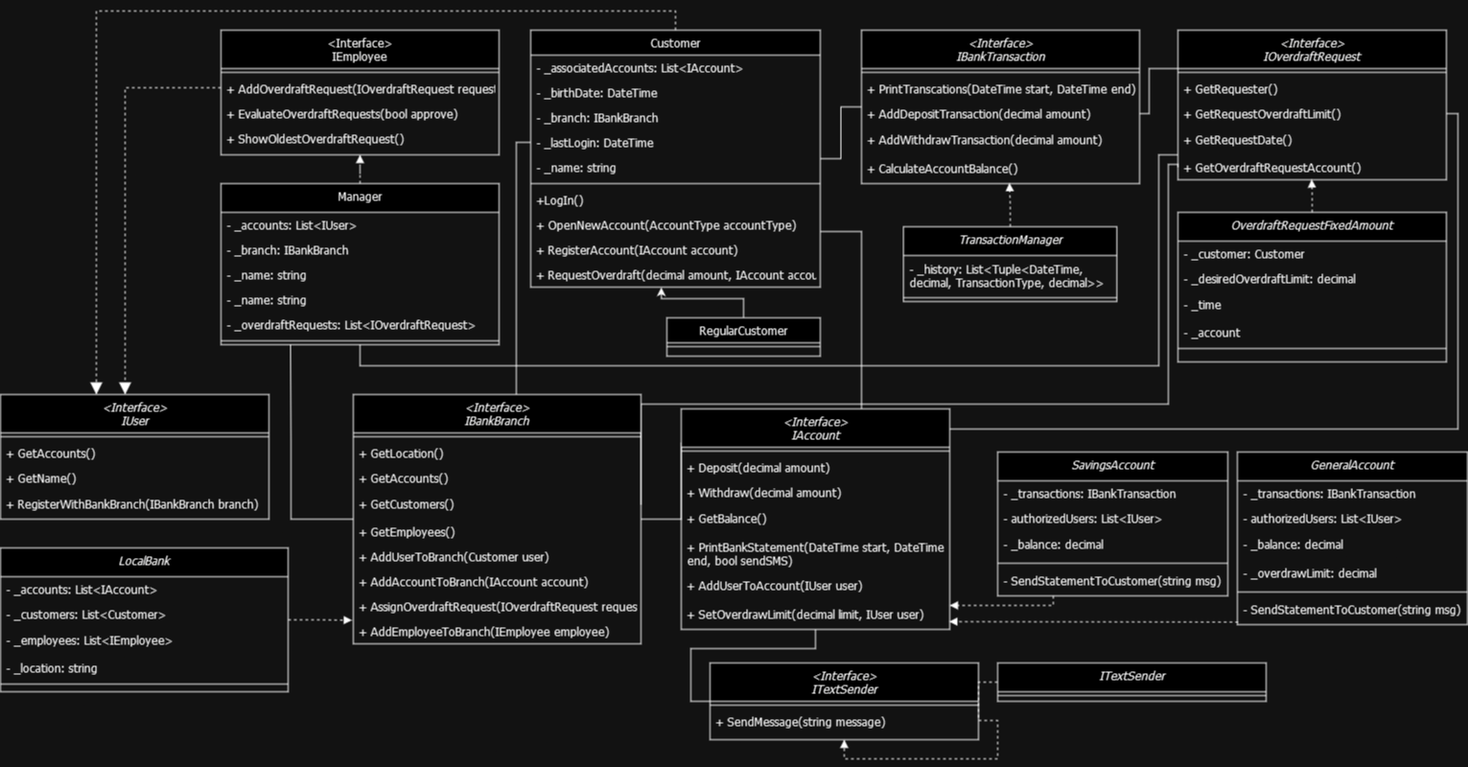
boolean-uk/csharp-tdd-oop-bank-challenge keeps this draw.io diagram as Boolean.CSharp.Main/Documentation/BankChallenge_ClassDiagram.drawio.png. Above is the earlier version. Source tidied: cells renumbered, new cells last; positions are measured from the earlier drawing's top-left corner, leaving out a move shared by most shapes.
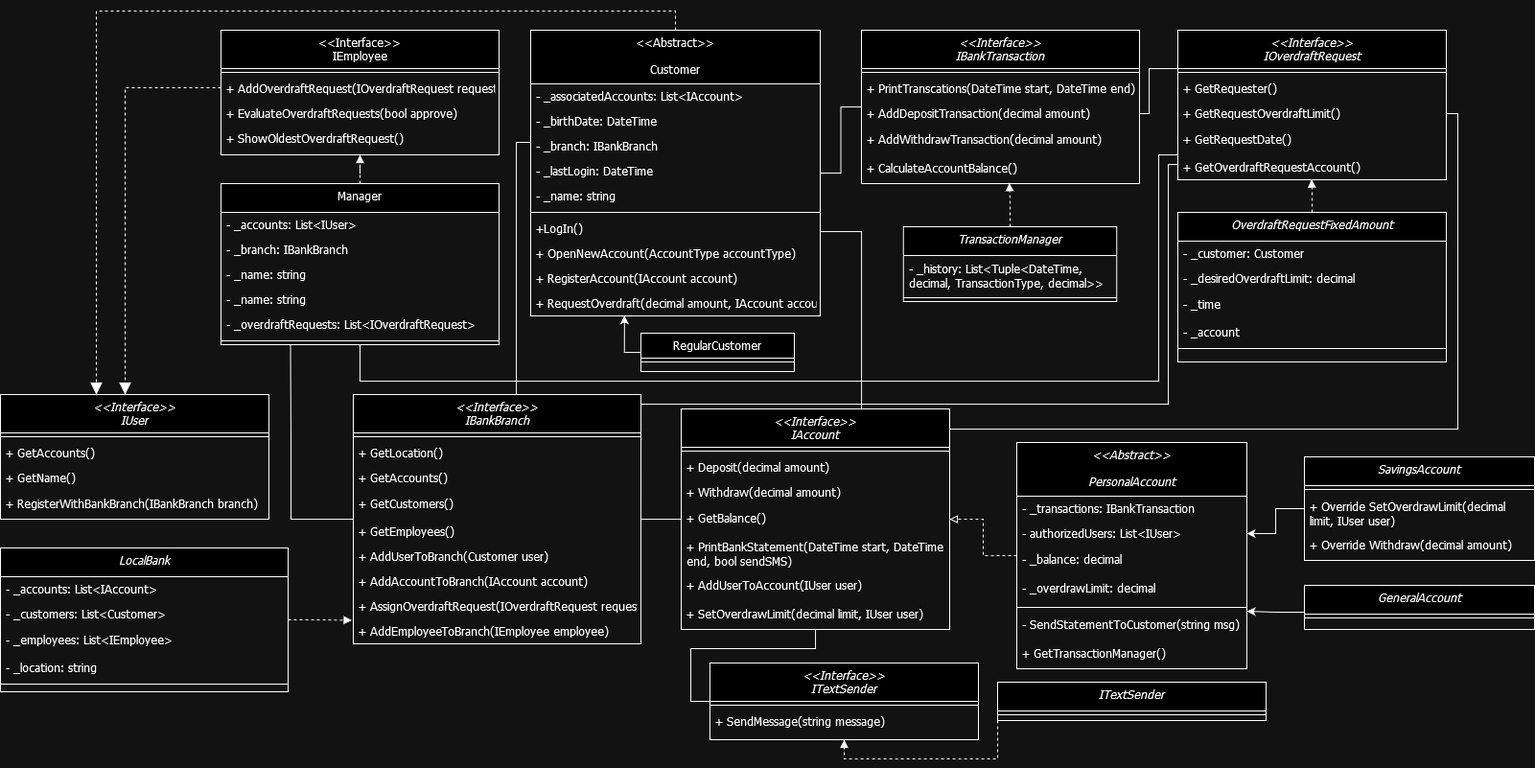
Later version of the same file.

Commit message:
Minor rework. New abstract PersonalAccount class, prevent duplicate methods in GeneralAccount/SavingsAccount

The edit, as a diff of the source:
```diff
@@ -4,3 +4,3 @@
     <mxCell id="1" parent="0" />
-    <mxCell id="2" value="&lt;Interface&gt;&#10;IUser" style="swimlane;fontStyle=2;align=center;verticalAlign=top;horizontal=1;startSize=40;rounded=0;shadow=0;strokeWidth=1;fontFamily=Tahoma;" parent="1" vertex="1">
+    <mxCell id="2" value="&lt;&lt;Interface&gt;&gt;&#10;IUser" style="swimlane;fontStyle=2;align=center;verticalAlign=top;horizontal=1;startSize=40;rounded=0;shadow=0;strokeWidth=1;fontFamily=Tahoma;" parent="1" vertex="1">
       <mxGeometry y="400" width="280" height="130" as="geometry" />
@@ -19,3 +19,3 @@
     </mxCell>
-    <mxCell id="7" value="&lt;Interface&gt;&#10;IEmployee&#10;" style="swimlane;fontStyle=0;align=center;verticalAlign=top;horizontal=1;startSize=40;rounded=0;shadow=0;strokeWidth=1;fontFamily=Tahoma;" parent="1" vertex="1">
+    <mxCell id="7" value="&lt;&lt;Interface&gt;&gt;&#10;IEmployee&#10;" style="swimlane;fontStyle=0;align=center;verticalAlign=top;horizontal=1;startSize=40;rounded=0;shadow=0;strokeWidth=1;fontFamily=Tahoma;" parent="1" vertex="1">
       <mxGeometry x="230" y="20" width="290" height="130" as="geometry" />
@@ -52,34 +52,34 @@
     </mxCell>
-    <mxCell id="15" value="Customer" style="swimlane;fontStyle=0;align=center;verticalAlign=top;horizontal=1;startSize=26;rounded=0;shadow=0;strokeWidth=1;fontFamily=Tahoma;" parent="1" vertex="1">
-      <mxGeometry x="553" y="20" width="302" height="268" as="geometry" />
+    <mxCell id="15" value="&lt;&lt;Abstract&gt;&gt;&#10;&#10;Customer" style="swimlane;fontStyle=0;align=center;verticalAlign=top;horizontal=1;startSize=56;rounded=0;shadow=0;strokeWidth=1;fontFamily=Tahoma;" parent="1" vertex="1">
+      <mxGeometry x="553" y="20" width="302" height="298" as="geometry" />
     </mxCell>
     <mxCell id="16" value="- _associatedAccounts: List&lt;IAccount&gt;" style="text;align=left;verticalAlign=top;spacingLeft=4;spacingRight=4;overflow=hidden;fontFamily=Tahoma;" parent="15" vertex="1">
-      <mxGeometry y="26" width="302" height="26" as="geometry" />
+      <mxGeometry y="56" width="302" height="26" as="geometry" />
     </mxCell>
     <mxCell id="17" value="- _birthDate: DateTime" style="text;align=left;verticalAlign=top;spacingLeft=4;spacingRight=4;overflow=hidden;fontFamily=Tahoma;" parent="15" vertex="1">
-      <mxGeometry y="52" width="302" height="26" as="geometry" />
+      <mxGeometry y="82" width="302" height="26" as="geometry" />
     </mxCell>
     <mxCell id="18" value="- _branch: IBankBranch" style="text;align=left;verticalAlign=top;spacingLeft=4;spacingRight=4;overflow=hidden;fontFamily=Tahoma;" parent="15" vertex="1">
-      <mxGeometry y="78" width="302" height="26" as="geometry" />
+      <mxGeometry y="108" width="302" height="26" as="geometry" />
     </mxCell>
     <mxCell id="19" value="- _lastLogin: DateTime" style="text;align=left;verticalAlign=top;spacingLeft=4;spacingRight=4;overflow=hidden;points=[[0,0.5],[1,0.5]];portConstraint=eastwest;fontFamily=Tahoma;" parent="15" vertex="1">
-      <mxGeometry y="104" width="302" height="26" as="geometry" />
+      <mxGeometry y="134" width="302" height="26" as="geometry" />
     </mxCell>
     <mxCell id="20" value="- _name: string" style="text;align=left;verticalAlign=top;spacingLeft=4;spacingRight=4;overflow=hidden;fontFamily=Tahoma;" parent="15" vertex="1">
-      <mxGeometry y="130" width="302" height="26" as="geometry" />
+      <mxGeometry y="160" width="302" height="26" as="geometry" />
     </mxCell>
     <mxCell id="21" style="line;html=1;strokeWidth=1;align=left;verticalAlign=middle;spacingTop=-1;spacingLeft=3;spacingRight=3;labelPosition=right;fontFamily=Tahoma;" parent="15" vertex="1">
-      <mxGeometry y="156" width="302" height="8" as="geometry" />
+      <mxGeometry y="186" width="302" height="8" as="geometry" />
     </mxCell>
     <mxCell id="22" value="+LogIn()" style="text;align=left;verticalAlign=top;spacingLeft=4;spacingRight=4;overflow=hidden;fontFamily=Tahoma;" parent="15" vertex="1">
-      <mxGeometry y="164" width="302" height="26" as="geometry" />
+      <mxGeometry y="194" width="302" height="26" as="geometry" />
     </mxCell>
     <mxCell id="23" value="+ OpenNewAccount(AccountType accountType)" style="text;align=left;verticalAlign=top;spacingLeft=4;spacingRight=4;overflow=hidden;fontFamily=Tahoma;" parent="15" vertex="1">
-      <mxGeometry y="190" width="302" height="26" as="geometry" />
+      <mxGeometry y="220" width="302" height="26" as="geometry" />
     </mxCell>
     <mxCell id="24" value="+ RegisterAccount(IAccount account)" style="text;align=left;verticalAlign=top;spacingLeft=4;spacingRight=4;overflow=hidden;fontFamily=Tahoma;" parent="15" vertex="1">
-      <mxGeometry y="216" width="302" height="26" as="geometry" />
+      <mxGeometry y="246" width="302" height="26" as="geometry" />
     </mxCell>
     <mxCell id="25" value="+ RequestOverdraft(decimal amount, IAccount account)" style="text;align=left;verticalAlign=top;spacingLeft=4;spacingRight=4;overflow=hidden;points=[[0,0.5],[1,0.5]];portConstraint=eastwest;fontFamily=Tahoma;" parent="15" vertex="1">
-      <mxGeometry y="242" width="302" height="26" as="geometry" />
+      <mxGeometry y="272" width="302" height="26" as="geometry" />
     </mxCell>
@@ -117,3 +117,3 @@
     <mxCell id="35" value="RegularCustomer" style="swimlane;fontStyle=0;align=center;verticalAlign=top;horizontal=1;startSize=26;rounded=0;shadow=0;strokeWidth=1;fontFamily=Tahoma;" parent="1" vertex="1">
-      <mxGeometry x="695" y="320" width="160" height="40" as="geometry" />
+      <mxGeometry x="668" y="336" width="160" height="40" as="geometry" />
     </mxCell>
@@ -122,6 +122,3 @@
     </mxCell>
-    <mxCell id="37" style="edgeStyle=orthogonalEdgeStyle;rounded=0;jettySize=auto;html=1;entryX=0.451;entryY=1.013;entryDx=0;entryDy=0;entryPerimeter=0;" parent="1" edge="1" source="35" target="25">
-      <mxGeometry relative="1" as="geometry" />
-    </mxCell>
-    <mxCell id="38" value="&lt;Interface&gt;&#10;IBankTransaction" style="swimlane;fontStyle=2;align=center;verticalAlign=top;horizontal=1;startSize=40;rounded=0;shadow=0;strokeWidth=1;fontFamily=Tahoma;" parent="1" vertex="1">
+    <mxCell id="38" value="&lt;&lt;Interface&gt;&gt;&#10;IBankTransaction" style="swimlane;fontStyle=2;align=center;verticalAlign=top;horizontal=1;startSize=40;rounded=0;shadow=0;strokeWidth=1;fontFamily=Tahoma;" parent="1" vertex="1">
       <mxGeometry x="898" y="20" width="290" height="160" as="geometry" />
@@ -177,4 +174,4 @@
           <mxPoint x="1208" y="150" />
-          <mxPoint x="1208" y="370" />
-          <mxPoint x="375" y="370" />
+          <mxPoint x="1208" y="386" />
+          <mxPoint x="375" y="386" />
         </Array>
@@ -182,3 +179,3 @@
     </mxCell>
-    <mxCell id="51" value="&lt;Interface&gt;&#10;IOverdraftRequest" style="swimlane;fontStyle=2;align=center;verticalAlign=top;horizontal=1;startSize=40;rounded=0;shadow=0;strokeWidth=1;fontFamily=Tahoma;" parent="1" vertex="1">
+    <mxCell id="51" value="&lt;&lt;Interface&gt;&gt;&#10;IOverdraftRequest" style="swimlane;fontStyle=2;align=center;verticalAlign=top;horizontal=1;startSize=40;rounded=0;shadow=0;strokeWidth=1;fontFamily=Tahoma;" parent="1" vertex="1">
       <mxGeometry x="1228" y="20" width="280" height="156" as="geometry" />
@@ -221,3 +218,3 @@
     </mxCell>
-    <mxCell id="64" value="&lt;Interface&gt;&#10;ITextSender&#10;" style="swimlane;fontStyle=2;align=center;verticalAlign=top;horizontal=1;startSize=40;rounded=0;shadow=0;strokeWidth=1;fontFamily=Tahoma;" parent="1" vertex="1">
+    <mxCell id="64" value="&lt;&lt;Interface&gt;&gt;&#10;ITextSender&#10;" style="swimlane;fontStyle=2;align=center;verticalAlign=top;horizontal=1;startSize=40;rounded=0;shadow=0;strokeWidth=1;fontFamily=Tahoma;" parent="1" vertex="1">
       <mxGeometry x="740" y="680" width="280" height="80" as="geometry" />
@@ -231,6 +228,11 @@
     <mxCell id="67" style="edgeStyle=orthogonalEdgeStyle;rounded=0;jettySize=auto;html=1;entryX=0.5;entryY=1;entryDx=0;entryDy=0;endArrow=block;endFill=1;dashed=1;" parent="1" edge="1" source="68" target="64">
-      <mxGeometry relative="1" as="geometry" />
+      <mxGeometry relative="1" as="geometry">
+        <Array as="points">
+          <mxPoint x="1040" y="780" />
+          <mxPoint x="880" y="780" />
+        </Array>
+      </mxGeometry>
     </mxCell>
     <mxCell id="68" value="ITextSender&#10;" style="swimlane;fontStyle=2;align=center;verticalAlign=top;horizontal=1;startSize=30;rounded=0;shadow=0;strokeWidth=1;fontFamily=Tahoma;" parent="1" vertex="1">
-      <mxGeometry x="1040" y="680" width="280" height="40" as="geometry" />
+      <mxGeometry x="1040" y="700" width="280" height="40" as="geometry" />
     </mxCell>
@@ -253,3 +255,3 @@
     </mxCell>
-    <mxCell id="72" value="&lt;Interface&gt;&#10;IBankBranch" style="swimlane;fontStyle=2;align=center;verticalAlign=top;horizontal=1;startSize=40;rounded=0;shadow=0;strokeWidth=1;fontFamily=Tahoma;" parent="1" vertex="1">
+    <mxCell id="72" value="&lt;&lt;Interface&gt;&gt;&#10;IBankBranch" style="swimlane;fontStyle=2;align=center;verticalAlign=top;horizontal=1;startSize=40;rounded=0;shadow=0;strokeWidth=1;fontFamily=Tahoma;" parent="1" vertex="1">
       <mxGeometry x="368" y="400" width="300" height="260" as="geometry" />
@@ -312,3 +314,3 @@
     </mxCell>
-    <mxCell id="90" value="&lt;Interface&gt;&#10;IAccount" style="swimlane;fontStyle=2;align=center;verticalAlign=top;horizontal=1;startSize=40;rounded=0;shadow=0;strokeWidth=1;fontFamily=Tahoma;" parent="1" vertex="1">
+    <mxCell id="90" value="&lt;&lt;Interface&gt;&gt;&#10;IAccount" style="swimlane;fontStyle=2;align=center;verticalAlign=top;horizontal=1;startSize=40;rounded=0;shadow=0;strokeWidth=1;fontFamily=Tahoma;" parent="1" vertex="1">
       <mxGeometry x="710" y="415" width="280" height="230" as="geometry" />
@@ -337,57 +339,22 @@
     <mxCell id="98" value="GeneralAccount" style="swimlane;fontStyle=2;align=center;verticalAlign=top;horizontal=1;startSize=30;rounded=0;shadow=0;strokeWidth=1;fontFamily=Tahoma;" parent="1" vertex="1">
-      <mxGeometry x="1290" y="460" width="240" height="180" as="geometry" />
+      <mxGeometry x="1360" y="599" width="240" height="46" as="geometry" />
     </mxCell>
-    <mxCell id="99" value="- _transactions: IBankTransaction" style="text;align=left;verticalAlign=top;spacingLeft=4;spacingRight=4;overflow=hidden;fontFamily=Tahoma;" parent="98" vertex="1">
-      <mxGeometry y="30" width="240" height="26" as="geometry" />
-    </mxCell>
-    <mxCell id="100" value="- authorizedUsers: List&lt;IUser&gt;" style="text;align=left;verticalAlign=top;spacingLeft=4;spacingRight=4;overflow=hidden;fontFamily=Tahoma;" parent="98" vertex="1">
-      <mxGeometry y="56" width="240" height="26" as="geometry" />
-    </mxCell>
-    <mxCell id="101" value="- _balance: decimal" style="text;align=left;verticalAlign=top;spacingLeft=4;spacingRight=4;overflow=hidden;whiteSpace=wrap;fontFamily=Tahoma;" parent="98" vertex="1">
-      <mxGeometry y="82" width="240" height="30" as="geometry" />
-    </mxCell>
-    <mxCell id="102" value="- _overdrawLimit: decimal" style="text;align=left;verticalAlign=top;spacingLeft=4;spacingRight=4;overflow=hidden;whiteSpace=wrap;fontFamily=Tahoma;" parent="98" vertex="1">
-      <mxGeometry y="112" width="240" height="30" as="geometry" />
-    </mxCell>
     <mxCell id="103" style="line;html=1;strokeWidth=1;align=left;verticalAlign=middle;spacingTop=-1;spacingLeft=3;spacingRight=3;labelPosition=right;fontFamily=Tahoma;" parent="98" vertex="1">
-      <mxGeometry y="142" width="240" height="8" as="geometry" />
+      <mxGeometry y="30" width="240" height="8" as="geometry" />
     </mxCell>
-    <mxCell id="104" value="- SendStatementToCustomer(string msg)" style="text;align=left;verticalAlign=top;spacingLeft=4;spacingRight=4;overflow=hidden;points=[[0,0.5],[1,0.5]];portConstraint=eastwest;whiteSpace=wrap;fontFamily=Tahoma;" parent="98" vertex="1">
-      <mxGeometry y="150" width="240" height="30" as="geometry" />
-    </mxCell>
+    <mxCell id="115" style="edgeStyle=orthogonalEdgeStyle;rounded=0;jettySize=auto;html=1;entryX=1;entryY=0.5;entryDx=0;entryDy=0;" parent="1" edge="1" source="105" target="120">
+      <mxGeometry relative="1" as="geometry" />
+    </mxCell>
     <mxCell id="105" value="SavingsAccount" style="swimlane;fontStyle=2;align=center;verticalAlign=top;horizontal=1;startSize=30;rounded=0;shadow=0;strokeWidth=1;fontFamily=Tahoma;" parent="1" vertex="1">
-      <mxGeometry x="1040" y="460" width="240" height="150" as="geometry" />
+      <mxGeometry x="1360" y="465" width="240" height="108" as="geometry" />
     </mxCell>
-    <mxCell id="106" value="- _transactions: IBankTransaction" style="text;align=left;verticalAlign=top;spacingLeft=4;spacingRight=4;overflow=hidden;fontFamily=Tahoma;" parent="105" vertex="1">
-      <mxGeometry y="30" width="240" height="26" as="geometry" />
-    </mxCell>
-    <mxCell id="107" value="- authorizedUsers: List&lt;IUser&gt;" style="text;align=left;verticalAlign=top;spacingLeft=4;spacingRight=4;overflow=hidden;fontFamily=Tahoma;" parent="105" vertex="1">
-      <mxGeometry y="56" width="240" height="26" as="geometry" />
-    </mxCell>
-    <mxCell id="108" value="- _balance: decimal" style="text;align=left;verticalAlign=top;spacingLeft=4;spacingRight=4;overflow=hidden;whiteSpace=wrap;fontFamily=Tahoma;" parent="105" vertex="1">
-      <mxGeometry y="82" width="240" height="30" as="geometry" />
-    </mxCell>
     <mxCell id="109" style="line;html=1;strokeWidth=1;align=left;verticalAlign=middle;spacingTop=-1;spacingLeft=3;spacingRight=3;labelPosition=right;fontFamily=Tahoma;" parent="105" vertex="1">
-      <mxGeometry y="112" width="240" height="8" as="geometry" />
+      <mxGeometry y="30" width="240" height="8" as="geometry" />
     </mxCell>
-    <mxCell id="110" value="- SendStatementToCustomer(string msg)" style="text;align=left;verticalAlign=top;spacingLeft=4;spacingRight=4;overflow=hidden;whiteSpace=wrap;fontFamily=Tahoma;" parent="105" vertex="1">
-      <mxGeometry y="120" width="240" height="30" as="geometry" />
+    <mxCell id="110" value="+ Override SetOverdrawLimit(decimal limit, IUser user)" style="text;align=left;verticalAlign=top;spacingLeft=4;spacingRight=4;overflow=hidden;whiteSpace=wrap;fontFamily=Tahoma;" parent="105" vertex="1">
+      <mxGeometry y="38" width="240" height="40" as="geometry" />
     </mxCell>
-    <mxCell id="111" style="edgeStyle=orthogonalEdgeStyle;rounded=0;jettySize=auto;html=1;endArrow=block;endFill=1;dashed=1;" parent="1" edge="1" source="105">
-      <mxGeometry relative="1" as="geometry">
-        <mxPoint x="990" y="620" as="targetPoint" />
-        <Array as="points">
-          <mxPoint x="1098" y="620" />
-          <mxPoint x="990" y="620" />
-        </Array>
-      </mxGeometry>
-    </mxCell>
-    <mxCell id="112" style="edgeStyle=orthogonalEdgeStyle;rounded=0;jettySize=auto;html=1;endArrow=block;endFill=1;dashed=1;entryX=0.998;entryY=0.729;entryDx=0;entryDy=0;entryPerimeter=0;exitX=0.003;exitY=0.911;exitDx=0;exitDy=0;exitPerimeter=0;" parent="1" edge="1" source="104" target="97">
-      <mxGeometry relative="1" as="geometry">
-        <Array as="points">
-          <mxPoint x="1280" y="637" />
-          <mxPoint x="1260" y="637" />
-        </Array>
-      </mxGeometry>
-    </mxCell>
+    <mxCell id="116" value="+ Override Withdraw(decimal amount)" style="text;align=left;verticalAlign=top;spacingLeft=4;spacingRight=4;overflow=hidden;whiteSpace=wrap;fontFamily=Tahoma;" parent="105" vertex="1">
+      <mxGeometry y="78" width="240" height="30" as="geometry" />
+    </mxCell>
     <mxCell id="113" style="edgeStyle=orthogonalEdgeStyle;rounded=0;jettySize=auto;html=1;entryX=-0.005;entryY=0.054;entryDx=0;entryDy=0;entryPerimeter=0;endArrow=block;endFill=1;dashed=1;" parent="1" edge="1" source="82" target="81">
@@ -403,2 +370,45 @@
     </mxCell>
+    <mxCell id="117" style="edgeStyle=orthogonalEdgeStyle;rounded=0;jettySize=auto;html=1;dashed=1;endArrow=block;endFill=0;" parent="1" edge="1" source="118" target="90">
+      <mxGeometry relative="1" as="geometry" />
+    </mxCell>
+    <mxCell id="118" value="&lt;&lt;Abstract&gt;&gt;&#10;&#10;PersonalAccount" style="swimlane;fontStyle=2;align=center;verticalAlign=top;horizontal=1;startSize=56;rounded=0;shadow=0;strokeWidth=1;fontFamily=Tahoma;" parent="1" vertex="1">
+      <mxGeometry x="1060" y="450" width="240" height="236" as="geometry" />
+    </mxCell>
+    <mxCell id="119" value="- _transactions: IBankTransaction" style="text;align=left;verticalAlign=top;spacingLeft=4;spacingRight=4;overflow=hidden;fontFamily=Tahoma;" parent="118" vertex="1">
+      <mxGeometry y="56" width="240" height="26" as="geometry" />
+    </mxCell>
+    <mxCell id="120" value="- authorizedUsers: List&lt;IUser&gt;" style="text;align=left;verticalAlign=top;spacingLeft=4;spacingRight=4;overflow=hidden;points=[[0,0.5],[1,0.5]];portConstraint=eastwest;fontFamily=Tahoma;" parent="118" vertex="1">
+      <mxGeometry y="82" width="240" height="26" as="geometry" />
+    </mxCell>
+    <mxCell id="121" value="- _balance: decimal" style="text;align=left;verticalAlign=top;spacingLeft=4;spacingRight=4;overflow=hidden;whiteSpace=wrap;fontFamily=Tahoma;" parent="118" vertex="1">
+      <mxGeometry y="108" width="240" height="30" as="geometry" />
+    </mxCell>
+    <mxCell id="102" value="- _overdrawLimit: decimal" style="text;align=left;verticalAlign=top;spacingLeft=4;spacingRight=4;overflow=hidden;whiteSpace=wrap;fontFamily=Tahoma;" parent="118" vertex="1">
+      <mxGeometry y="138" width="240" height="30" as="geometry" />
+    </mxCell>
+    <mxCell id="122" style="line;html=1;strokeWidth=1;align=left;verticalAlign=middle;spacingTop=-1;spacingLeft=3;spacingRight=3;labelPosition=right;fontFamily=Tahoma;" parent="118" vertex="1">
+      <mxGeometry y="168" width="240" height="8" as="geometry" />
+    </mxCell>
+    <mxCell id="104" value="- SendStatementToCustomer(string msg)" style="text;align=left;verticalAlign=top;spacingLeft=4;spacingRight=4;overflow=hidden;points=[[0,0.5],[1,0.5]];portConstraint=eastwest;whiteSpace=wrap;fontFamily=Tahoma;" parent="118" vertex="1">
+      <mxGeometry y="176" width="240" height="30" as="geometry" />
+    </mxCell>
+    <mxCell id="123" value="+ GetTransactionManager()" style="text;align=left;verticalAlign=top;spacingLeft=4;spacingRight=4;overflow=hidden;whiteSpace=wrap;fontFamily=Tahoma;" parent="118" vertex="1">
+      <mxGeometry y="206" width="240" height="30" as="geometry" />
+    </mxCell>
+    <mxCell id="124" style="edgeStyle=orthogonalEdgeStyle;rounded=0;jettySize=auto;html=1;entryX=1;entryY=0.028;entryDx=0;entryDy=0;entryPerimeter=0;" parent="1" edge="1" source="98" target="104">
+      <mxGeometry relative="1" as="geometry">
+        <Array as="points">
+          <mxPoint x="1330" y="627" />
+          <mxPoint x="1330" y="626" />
+          <mxPoint x="1300" y="626" />
+        </Array>
+      </mxGeometry>
+    </mxCell>
+    <mxCell id="37" style="edgeStyle=orthogonalEdgeStyle;rounded=0;jettySize=auto;html=1;entryX=0.324;entryY=0.987;entryDx=0;entryDy=0;entryPerimeter=0;" parent="1" edge="1" source="35" target="25">
+      <mxGeometry relative="1" as="geometry">
+        <Array as="points">
+          <mxPoint x="651" y="356" />
+        </Array>
+      </mxGeometry>
+    </mxCell>
   </root>
```
